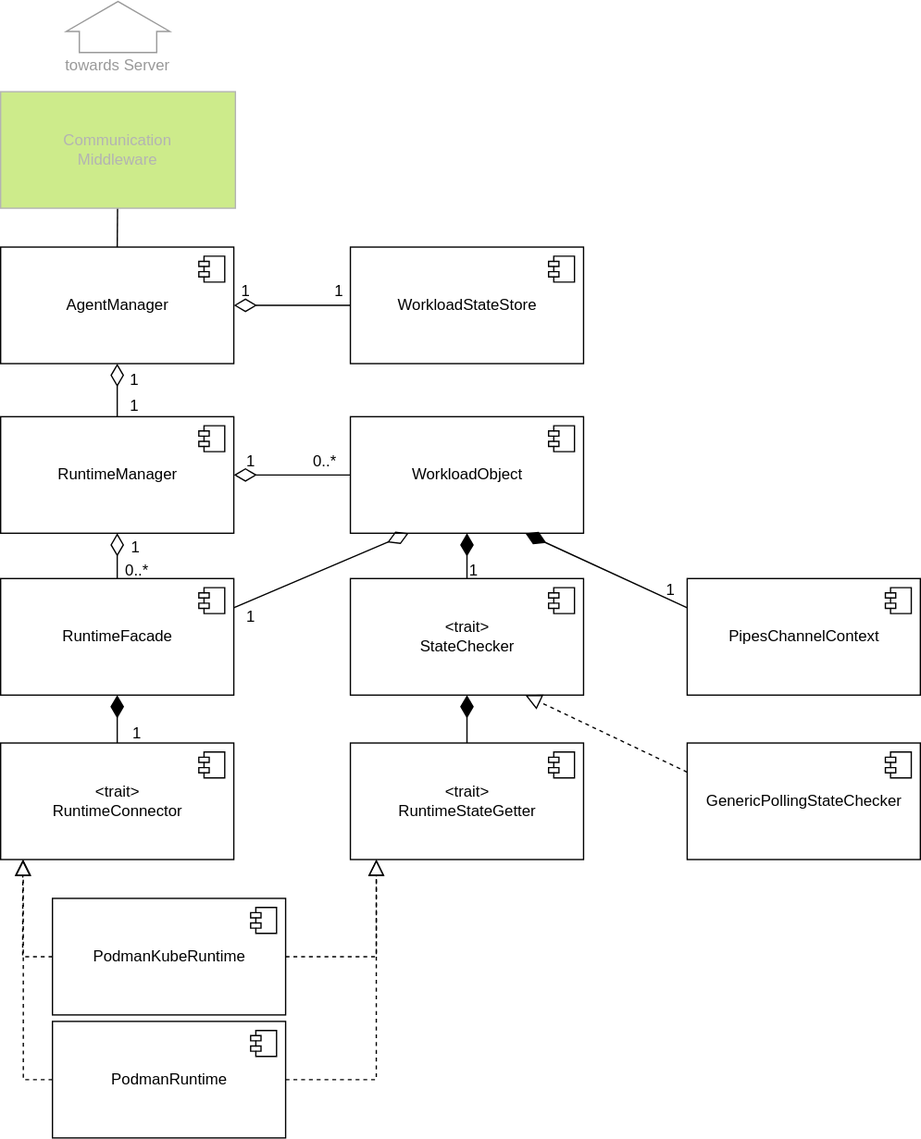
Before: agent/doc/swdesign/drawio/unit_overview.drawio.svg, a diagram exported from draw.io (eclipse-ankaios/ankaios). Source tidied: cells renumbered, new cells last; positions are measured from the earlier drawing's top-left corner, leaving out a move shared by most shapes.
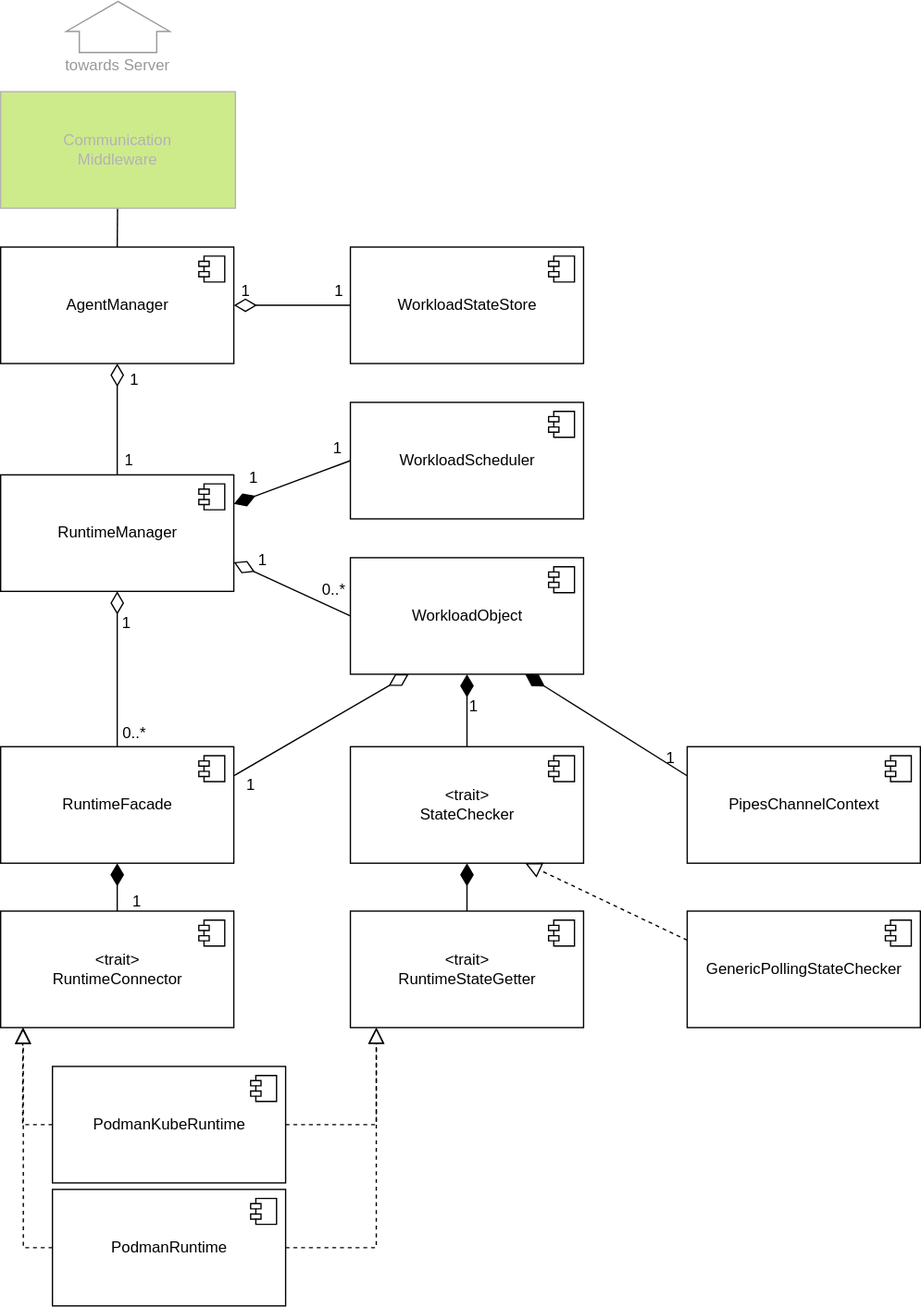
Later version of the same file.

Diff of the diagram source:
```diff
@@ -3,7 +3,7 @@
     <mxCell id="0" />
     <mxCell id="1" parent="0" />
     <mxCell id="2" value="AgentManager" style="html=1;" parent="1" vertex="1">
-      <mxGeometry y="210" width="180" height="90" as="geometry" />
+      <mxGeometry x="20" y="90" width="180" height="90" as="geometry" />
     </mxCell>
     <mxCell id="3" style="shape=module;jettyWidth=8;jettyHeight=4;" parent="2" vertex="1">
       <mxGeometry x="1" width="20" height="20" relative="1" as="geometry">
@@ -11,7 +11,7 @@
       </mxGeometry>
     </mxCell>
     <mxCell id="4" value="RuntimeManager" style="html=1;" parent="1" vertex="1">
-      <mxGeometry y="341" width="180" height="90" as="geometry" />
+      <mxGeometry x="20" y="266" width="180" height="90" as="geometry" />
     </mxCell>
     <mxCell id="5" style="shape=module;jettyWidth=8;jettyHeight=4;" parent="4" vertex="1">
       <mxGeometry x="1" width="20" height="20" relative="1" as="geometry">
@@ -19,7 +19,7 @@
       </mxGeometry>
     </mxCell>
     <mxCell id="6" value="RuntimeFacade" style="html=1;" parent="1" vertex="1">
-      <mxGeometry y="466" width="180" height="90" as="geometry" />
+      <mxGeometry x="20" y="476" width="180" height="90" as="geometry" />
     </mxCell>
     <mxCell id="7" style="shape=module;jettyWidth=8;jettyHeight=4;" parent="6" vertex="1">
       <mxGeometry x="1" width="20" height="20" relative="1" as="geometry">
@@ -30,7 +30,7 @@
       <mxGeometry relative="1" as="geometry" />
     </mxCell>
     <mxCell id="9" value="&amp;lt;trait&amp;gt;&lt;br&gt;RuntimeConnector" style="html=1;" parent="1" vertex="1">
-      <mxGeometry y="593" width="180" height="90" as="geometry" />
+      <mxGeometry x="20" y="603" width="180" height="90" as="geometry" />
     </mxCell>
     <mxCell id="10" style="shape=module;jettyWidth=8;jettyHeight=4;" parent="9" vertex="1">
       <mxGeometry x="1" width="20" height="20" relative="1" as="geometry">
@@ -41,7 +41,7 @@
       <mxGeometry relative="1" as="geometry" />
     </mxCell>
     <mxCell id="12" value="PodmanRuntime" style="html=1;" parent="1" vertex="1">
-      <mxGeometry x="40" y="808" width="180" height="90" as="geometry" />
+      <mxGeometry x="60" y="818" width="180" height="90" as="geometry" />
     </mxCell>
     <mxCell id="13" style="shape=module;jettyWidth=8;jettyHeight=4;" parent="12" vertex="1">
       <mxGeometry x="1" width="20" height="20" relative="1" as="geometry">
@@ -49,7 +49,7 @@
       </mxGeometry>
     </mxCell>
     <mxCell id="14" value="PodmanKubeRuntime" style="html=1;" parent="1" vertex="1">
-      <mxGeometry x="40" y="713" width="180" height="90" as="geometry" />
+      <mxGeometry x="60" y="723" width="180" height="90" as="geometry" />
     </mxCell>
     <mxCell id="15" style="shape=module;jettyWidth=8;jettyHeight=4;" parent="14" vertex="1">
       <mxGeometry x="1" width="20" height="20" relative="1" as="geometry">
@@ -62,26 +62,26 @@
     <mxCell id="17" style="edgeStyle=none;html=1;startArrow=none;startFill=0;endArrow=block;endFill=0;startSize=15;endSize=10;dashed=1;exitX=0;exitY=0.5;exitDx=0;exitDy=0;rounded=0;entryX=0.095;entryY=1.001;entryDx=0;entryDy=0;entryPerimeter=0;" parent="1" edge="1" source="14" target="9">
       <mxGeometry relative="1" as="geometry">
         <Array as="points">
-          <mxPoint x="17" y="758" />
+          <mxPoint x="37" y="768" />
         </Array>
       </mxGeometry>
     </mxCell>
     <mxCell id="18" value="WorkloadObject" style="html=1;" parent="1" vertex="1">
-      <mxGeometry x="270" y="341" width="180" height="90" as="geometry" />
+      <mxGeometry x="290" y="330" width="180" height="90" as="geometry" />
     </mxCell>
     <mxCell id="19" style="shape=module;jettyWidth=8;jettyHeight=4;" parent="18" vertex="1">
       <mxGeometry x="1" width="20" height="20" relative="1" as="geometry">
         <mxPoint x="-27" y="7" as="offset" />
       </mxGeometry>
     </mxCell>
-    <mxCell id="20" style="edgeStyle=none;html=1;entryX=0;entryY=0.5;entryDx=0;entryDy=0;startArrow=diamondThin;startFill=0;endArrow=none;endFill=0;startSize=15;endSize=10;exitX=1;exitY=0.5;exitDx=0;exitDy=0;" parent="1" edge="1" source="4" target="18">
+    <mxCell id="20" style="edgeStyle=none;html=1;entryX=0;entryY=0.5;entryDx=0;entryDy=0;startArrow=diamondThin;startFill=0;endArrow=none;endFill=0;startSize=15;endSize=10;exitX=1;exitY=0.75;exitDx=0;exitDy=0;" parent="1" edge="1" source="4" target="18">
       <mxGeometry relative="1" as="geometry" />
     </mxCell>
     <mxCell id="21" style="edgeStyle=none;html=1;entryX=1;entryY=0.25;entryDx=0;entryDy=0;startArrow=diamondThin;startFill=0;endArrow=none;endFill=0;startSize=15;endSize=10;exitX=0.25;exitY=1;exitDx=0;exitDy=0;" parent="1" edge="1" source="18" target="6">
       <mxGeometry relative="1" as="geometry" />
     </mxCell>
     <mxCell id="22" value="&amp;lt;trait&amp;gt;&lt;br&gt;StateChecker" style="html=1;" parent="1" vertex="1">
-      <mxGeometry x="270" y="466" width="180" height="90" as="geometry" />
+      <mxGeometry x="290" y="476" width="180" height="90" as="geometry" />
     </mxCell>
     <mxCell id="23" style="shape=module;jettyWidth=8;jettyHeight=4;" parent="22" vertex="1">
       <mxGeometry x="1" width="20" height="20" relative="1" as="geometry">
@@ -92,7 +92,7 @@
       <mxGeometry relative="1" as="geometry" />
     </mxCell>
     <mxCell id="25" value="&amp;lt;trait&amp;gt;&lt;br&gt;RuntimeStateGetter" style="html=1;" parent="1" vertex="1">
-      <mxGeometry x="270" y="593" width="180" height="90" as="geometry" />
+      <mxGeometry x="290" y="603" width="180" height="90" as="geometry" />
     </mxCell>
     <mxCell id="26" style="shape=module;jettyWidth=8;jettyHeight=4;" parent="25" vertex="1">
       <mxGeometry x="1" width="20" height="20" relative="1" as="geometry">
@@ -104,19 +104,19 @@
     </mxCell>
     <mxCell id="28" style="edgeStyle=orthogonalEdgeStyle;html=1;startArrow=none;startFill=0;endArrow=block;endFill=0;startSize=15;endSize=10;dashed=1;exitX=1;exitY=0.5;exitDx=0;exitDy=0;rounded=0;" parent="1" edge="1" source="12">
       <mxGeometry relative="1" as="geometry">
-        <mxPoint x="290" y="683" as="targetPoint" />
+        <mxPoint x="310" y="693" as="targetPoint" />
       </mxGeometry>
     </mxCell>
     <mxCell id="29" style="edgeStyle=orthogonalEdgeStyle;html=1;startArrow=none;startFill=0;endArrow=block;endFill=0;startSize=15;endSize=10;entryX=0.098;entryY=1.013;entryDx=0;entryDy=0;dashed=1;exitX=1;exitY=0.5;exitDx=0;exitDy=0;rounded=0;entryPerimeter=0;" parent="1" edge="1" source="14">
       <mxGeometry relative="1" as="geometry">
-        <mxPoint x="290" y="683" as="targetPoint" />
+        <mxPoint x="310" y="693" as="targetPoint" />
       </mxGeometry>
     </mxCell>
     <mxCell id="30" style="edgeStyle=none;html=1;entryX=0.5;entryY=0;entryDx=0;entryDy=0;startArrow=diamondThin;startFill=0;endArrow=none;endFill=0;startSize=15;endSize=10;exitX=0.5;exitY=1;exitDx=0;exitDy=0;" parent="1" edge="1" source="2" target="4">
       <mxGeometry relative="1" as="geometry" />
     </mxCell>
     <mxCell id="31" value="PipesChannelContext" style="html=1;" parent="1" vertex="1">
-      <mxGeometry x="530" y="466" width="180" height="90" as="geometry" />
+      <mxGeometry x="550" y="476" width="180" height="90" as="geometry" />
     </mxCell>
     <mxCell id="32" style="shape=module;jettyWidth=8;jettyHeight=4;" parent="31" vertex="1">
       <mxGeometry x="1" width="20" height="20" relative="1" as="geometry">
@@ -127,7 +127,7 @@
       <mxGeometry relative="1" as="geometry" />
     </mxCell>
     <mxCell id="34" value="GenericPollingStateChecker" style="html=1;" parent="1" vertex="1">
-      <mxGeometry x="530" y="593" width="180" height="90" as="geometry" />
+      <mxGeometry x="550" y="603" width="180" height="90" as="geometry" />
     </mxCell>
     <mxCell id="35" style="shape=module;jettyWidth=8;jettyHeight=4;" parent="34" vertex="1">
       <mxGeometry x="1" width="20" height="20" relative="1" as="geometry">
@@ -138,49 +138,49 @@
       <mxGeometry relative="1" as="geometry" />
     </mxCell>
     <mxCell id="37" value="0..*" style="text;html=1;align=center;verticalAlign=middle;strokeColor=none;fillColor=none;" parent="1" vertex="1">
-      <mxGeometry x="230" y="361" width="40" height="30" as="geometry" />
+      <mxGeometry x="257" y="340" width="40" height="30" as="geometry" />
     </mxCell>
     <mxCell id="38" value="0..*" style="text;html=1;align=center;verticalAlign=middle;strokeColor=none;fillColor=none;" parent="1" vertex="1">
-      <mxGeometry x="85" y="445" width="40" height="30" as="geometry" />
+      <mxGeometry x="103" y="451" width="40" height="30" as="geometry" />
     </mxCell>
     <mxCell id="39" value="1" style="text;html=1;align=center;verticalAlign=middle;strokeColor=none;fillColor=none;" parent="1" vertex="1">
-      <mxGeometry x="89" y="427" width="30" height="30" as="geometry" />
+      <mxGeometry x="102" y="366" width="30" height="30" as="geometry" />
     </mxCell>
     <mxCell id="40" value="1" style="text;html=1;align=center;verticalAlign=middle;strokeColor=none;fillColor=none;" parent="1" vertex="1">
-      <mxGeometry x="88" y="318" width="30" height="30" as="geometry" />
+      <mxGeometry x="104" y="240" width="30" height="30" as="geometry" />
     </mxCell>
     <mxCell id="41" value="1" style="text;html=1;align=center;verticalAlign=middle;strokeColor=none;fillColor=none;" parent="1" vertex="1">
-      <mxGeometry x="88" y="298" width="30" height="30" as="geometry" />
+      <mxGeometry x="108" y="178" width="30" height="30" as="geometry" />
     </mxCell>
     <mxCell id="42" value="1" style="text;html=1;align=center;verticalAlign=middle;strokeColor=none;fillColor=none;" parent="1" vertex="1">
-      <mxGeometry x="178" y="361" width="30" height="30" as="geometry" />
+      <mxGeometry x="200" y="254" width="30" height="30" as="geometry" />
     </mxCell>
     <mxCell id="43" value="1" style="text;html=1;align=center;verticalAlign=middle;strokeColor=none;fillColor=none;" parent="1" vertex="1">
-      <mxGeometry x="178" y="481" width="30" height="30" as="geometry" />
+      <mxGeometry x="198" y="491" width="30" height="30" as="geometry" />
     </mxCell>
     <mxCell id="44" value="1" style="text;html=1;align=center;verticalAlign=middle;strokeColor=none;fillColor=none;" parent="1" vertex="1">
-      <mxGeometry x="350" y="445" width="30" height="30" as="geometry" />
+      <mxGeometry x="370" y="430" width="30" height="30" as="geometry" />
     </mxCell>
     <mxCell id="45" value="1" style="text;html=1;align=center;verticalAlign=middle;strokeColor=none;fillColor=none;" parent="1" vertex="1">
-      <mxGeometry x="90" y="571" width="30" height="30" as="geometry" />
+      <mxGeometry x="110" y="581" width="30" height="30" as="geometry" />
     </mxCell>
     <mxCell id="46" value="1" style="text;html=1;align=center;verticalAlign=middle;strokeColor=none;fillColor=none;" parent="1" vertex="1">
-      <mxGeometry x="502" y="460" width="30" height="30" as="geometry" />
+      <mxGeometry x="522" y="470" width="30" height="30" as="geometry" />
     </mxCell>
     <mxCell id="47" style="edgeStyle=none;html=1;entryX=0.5;entryY=0;entryDx=0;entryDy=0;endArrow=none;endFill=0;" parent="1" edge="1" source="48" target="2">
       <mxGeometry relative="1" as="geometry" />
     </mxCell>
     <mxCell id="48" value="Communication&lt;br&gt;Middleware" style="rounded=0;whiteSpace=wrap;html=1;fillColor=#cdeb8b;strokeColor=#B3B3B3;fontColor=#B3B3B3;" parent="1" vertex="1">
-      <mxGeometry y="90" width="181.2" height="90" as="geometry" />
+      <mxGeometry x="20" y="-30" width="181.2" height="90" as="geometry" />
     </mxCell>
     <mxCell id="49" style="shape=singleArrow;direction=east;whiteSpace=wrap;html=1;arrowWidth=0.7464285714285722;arrowSize=0.5870841487279863;strokeColor=#999999;rotation=-90;" parent="1" vertex="1">
-      <mxGeometry x="70.9" width="39.4" height="80" as="geometry" />
+      <mxGeometry x="90.9" y="-120" width="39.4" height="80" as="geometry" />
     </mxCell>
     <mxCell id="50" value="&lt;font color=&quot;#999999&quot;&gt;towards Server&lt;/font&gt;" style="text;html=1;align=center;verticalAlign=middle;fontColor=#9999999999999;" parent="1" vertex="1">
-      <mxGeometry x="40" y="60" width="100" height="20" as="geometry" />
+      <mxGeometry x="60" y="-60" width="100" height="20" as="geometry" />
     </mxCell>
     <mxCell id="51" value="&lt;span style=&quot;&quot;&gt;WorkloadStateStore&lt;/span&gt;" style="html=1;" parent="1" vertex="1">
-      <mxGeometry x="270" y="210" width="180" height="90" as="geometry" />
+      <mxGeometry x="290" y="90" width="180" height="90" as="geometry" />
     </mxCell>
     <mxCell id="52" style="shape=module;jettyWidth=8;jettyHeight=4;" parent="51" vertex="1">
       <mxGeometry x="1" width="20" height="20" relative="1" as="geometry">
@@ -191,10 +191,27 @@
       <mxGeometry relative="1" as="geometry" />
     </mxCell>
     <mxCell id="54" value="1" style="text;html=1;align=center;verticalAlign=middle;strokeColor=none;fillColor=none;" parent="1" vertex="1">
-      <mxGeometry x="174" y="229" width="30" height="30" as="geometry" />
+      <mxGeometry x="194" y="109" width="30" height="30" as="geometry" />
     </mxCell>
     <mxCell id="55" value="1" style="text;html=1;align=center;verticalAlign=middle;strokeColor=none;fillColor=none;" parent="1" vertex="1">
-      <mxGeometry x="246" y="229" width="30" height="30" as="geometry" />
+      <mxGeometry x="266" y="109" width="30" height="30" as="geometry" />
     </mxCell>
+    <mxCell id="56" value="WorkloadScheduler" style="html=1;" parent="1" vertex="1">
+      <mxGeometry x="290" y="210" width="180" height="90" as="geometry" />
+    </mxCell>
+    <mxCell id="57" style="shape=module;jettyWidth=8;jettyHeight=4;" parent="56" vertex="1">
+      <mxGeometry x="1" width="20" height="20" relative="1" as="geometry">
+        <mxPoint x="-27" y="7" as="offset" />
+      </mxGeometry>
+    </mxCell>
+    <mxCell id="58" style="edgeStyle=none;html=1;entryX=0;entryY=0.5;entryDx=0;entryDy=0;startArrow=diamondThin;startFill=1;endArrow=none;endFill=0;startSize=15;endSize=10;exitX=1;exitY=0.25;exitDx=0;exitDy=0;" parent="1" edge="1" source="4" target="56">
+      <mxGeometry relative="1" as="geometry" />
+    </mxCell>
+    <mxCell id="59" value="1" style="text;html=1;align=center;verticalAlign=middle;strokeColor=none;fillColor=none;" parent="1" vertex="1">
+      <mxGeometry x="265" y="231" width="30" height="30" as="geometry" />
+    </mxCell>
+    <mxCell id="60" value="1" style="text;html=1;align=center;verticalAlign=middle;strokeColor=none;fillColor=none;" parent="1" vertex="1">
+      <mxGeometry x="207" y="317" width="30" height="30" as="geometry" />
+    </mxCell>
   </root>
 </mxGraphModel>
```
